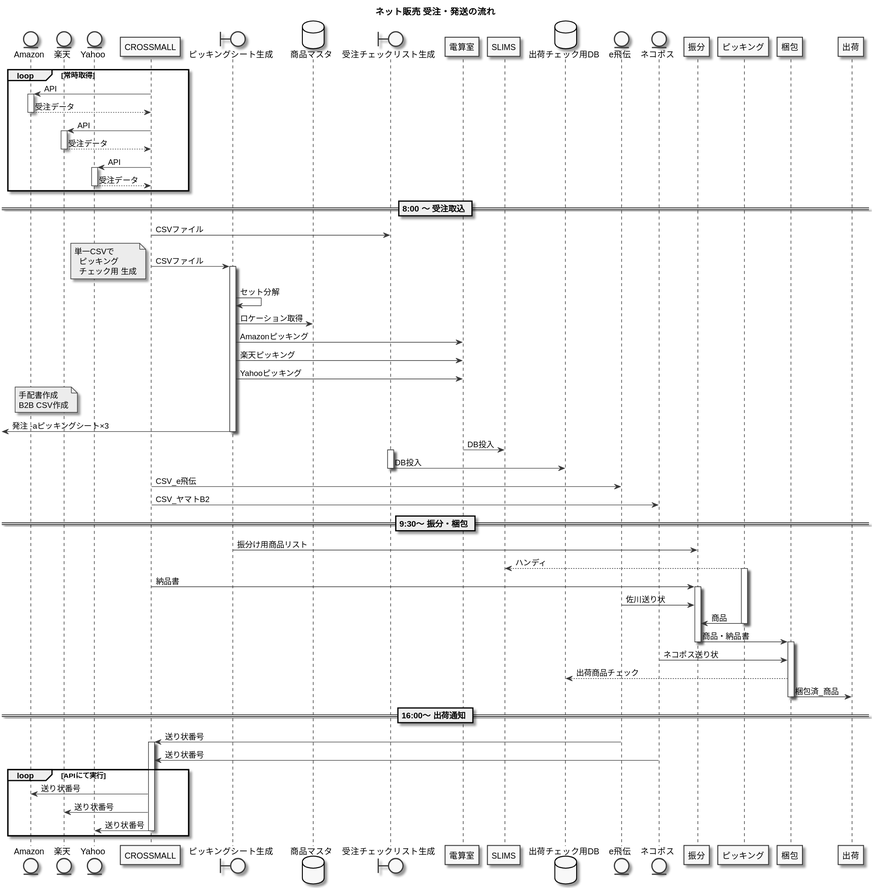
Before: out/recieving_orders_process/recieving_orders_process.svg, a diagram exported from PlantUML (amunenaga/ec-backyard-macro). Its source is kept beside it as recieving_orders_process.puml.
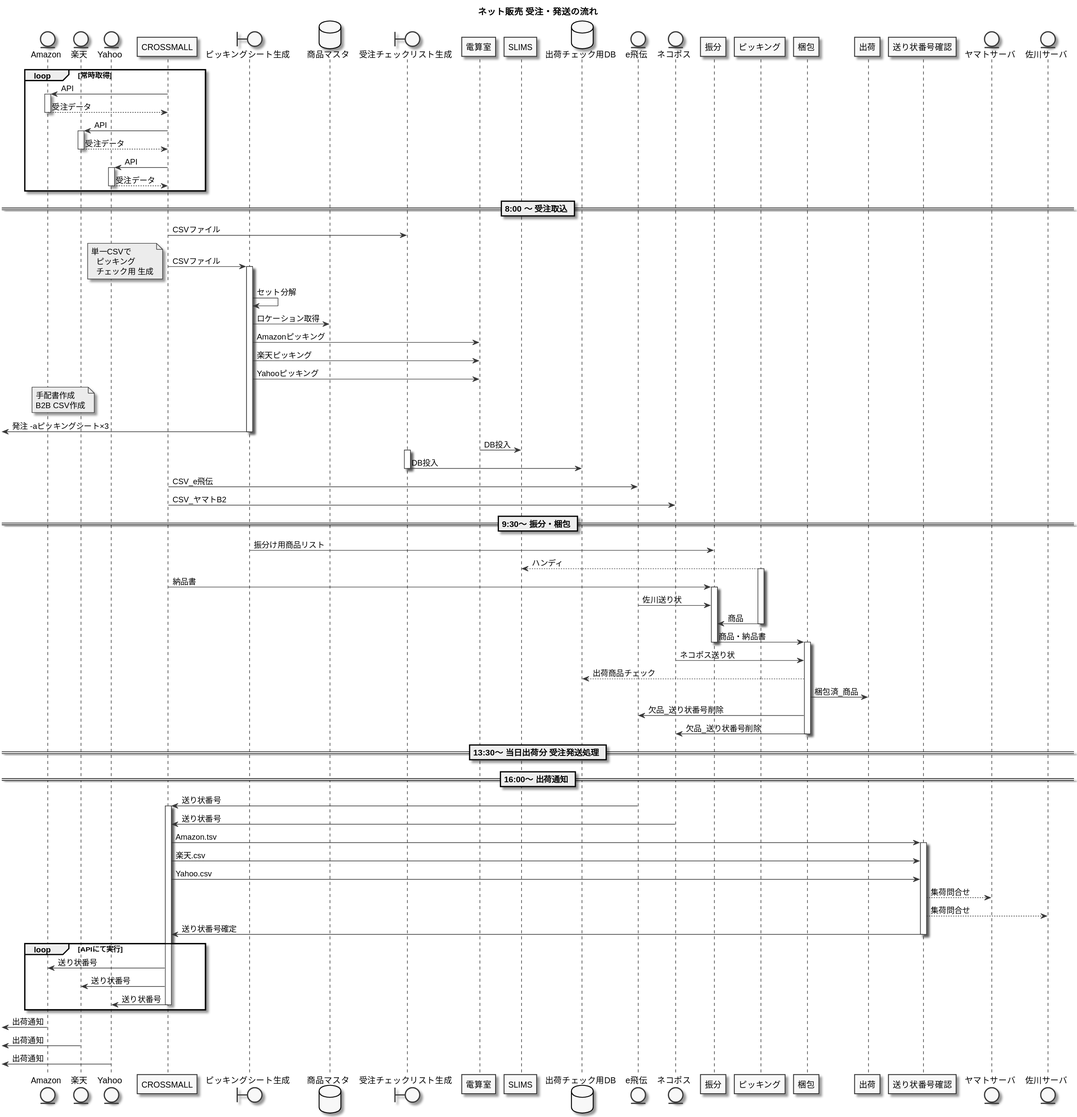
After the commit.

Change to the diagram source:
```diff
@@ -105,14 +105,31 @@
     出荷チェック用DB <-- 梱包 : 出荷商品チェック
 
     梱包 -> 出荷 : 梱包済_商品
+    e飛伝 <- 梱包 : 欠品_送り状番号削除
+    ネコポス <- 梱包 : 欠品_送り状番号削除
+deactivate 梱包
 
-deactivate 梱包
+== 13:30～ 当日出荷分 受注発送処理 ==
 
 == 16:00～ 出荷通知 ==
 
 e飛伝 -> CROSSMALL : 送り状番号
 activate CROSSMALL
 ネコポス -> CROSSMALL : 送り状番号
+
+CROSSMALL -> 送り状番号確認 : Amazon.tsv
+activate 送り状番号確認
+CROSSMALL -> 送り状番号確認 : 楽天.csv
+CROSSMALL -> 送り状番号確認 : Yahoo.csv
+
+Entity ヤマトサーバ
+Entity 佐川サーバ
+
+送り状番号確認 --> ヤマトサーバ : 集荷問合せ
+送り状番号確認 --> 佐川サーバ : 集荷問合せ
+CROSSMALL <- 送り状番号確認 : 送り状番号確定
+
+deactivate 送り状番号確認
 
 Loop APIにて実行
     CROSSMALL -> Amazon : 送り状番号
@@ -121,4 +138,7 @@
     deactivate CROSSMALL
 end
 
+[<- Amazon : 出荷通知
+[<- 楽天 : 出荷通知
+[<- Yahoo :出荷通知
 @enduml
```
